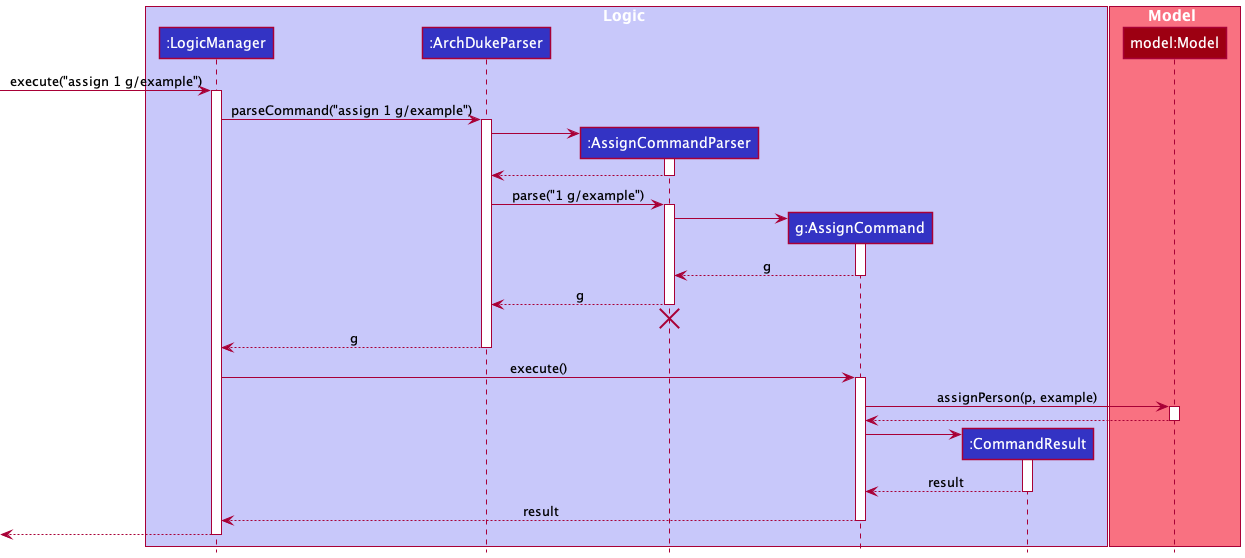
The PlantUML diagram docs/images/AssignSequenceDiagram.png in nus-cs2103-AY2122S2/tp, before a commit.
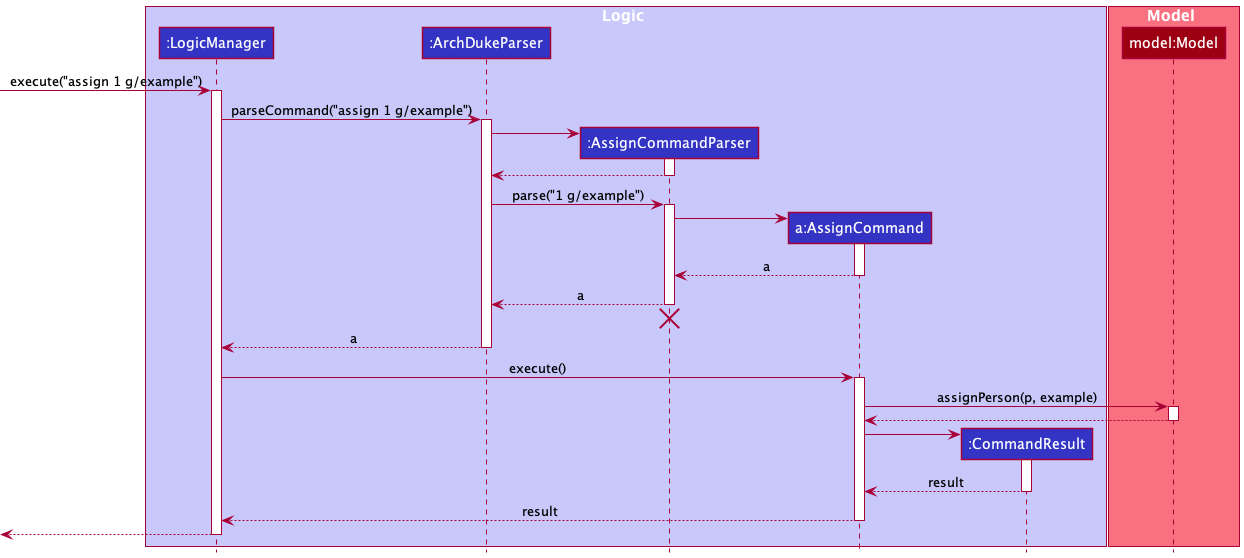
Above is the later version.

Diff of the diagram source:
```diff
@@ -5,7 +5,7 @@
 participant ":LogicManager" as LogicManager LOGIC_COLOR
 participant ":ArchDukeParser" as ArchDukeParser LOGIC_COLOR
 participant ":AssignCommandParser" as AssignCommandParser LOGIC_COLOR
-participant "g:AssignCommand" as AssignCommand LOGIC_COLOR
+participant "a:AssignCommand" as AssignCommand LOGIC_COLOR
 participant ":CommandResult" as CommandResult LOGIC_COLOR
 end box
 
@@ -33,16 +33,16 @@
 AssignCommandParser -> AssignCommand
 activate AssignCommand
 
-AssignCommand --> AssignCommandParser : g
+AssignCommand --> AssignCommandParser : a
 deactivate AssignCommand
 
-AssignCommandParser --> ArchDukeParser : g
+AssignCommandParser --> ArchDukeParser : a
 deactivate AssignCommandParser
 
 AssignCommandParser -[hidden]-> ArchDukeParser
 destroy AssignCommandParser
 
-ArchDukeParser --> LogicManager : g
+ArchDukeParser --> LogicManager : a
 deactivate ArchDukeParser
 
 LogicManager -> AssignCommand : execute()
```
